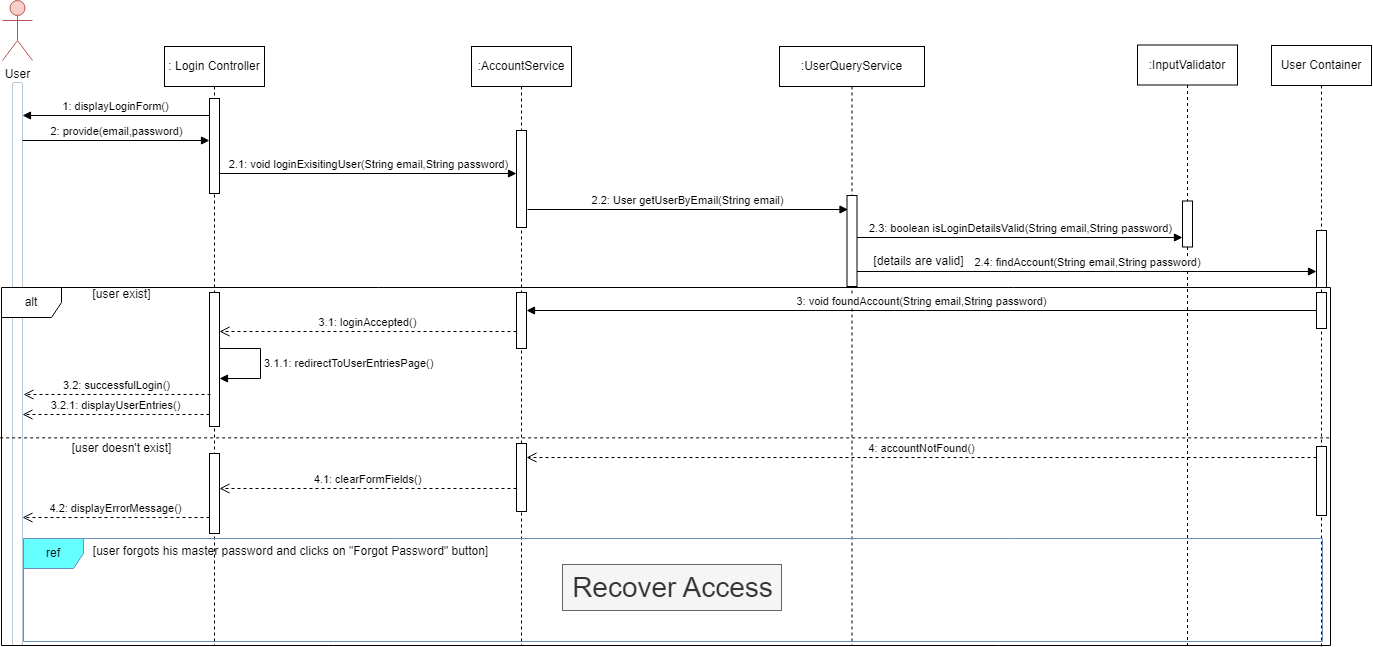
Above: Diagrams/Login.drawio.png in NemesisXVll/SDPGroupRepo (draw.io), before the change. Source tidied: cells renumbered, new cells last; positions are measured from the earlier drawing's top-left corner, leaving out a move shared by most shapes.
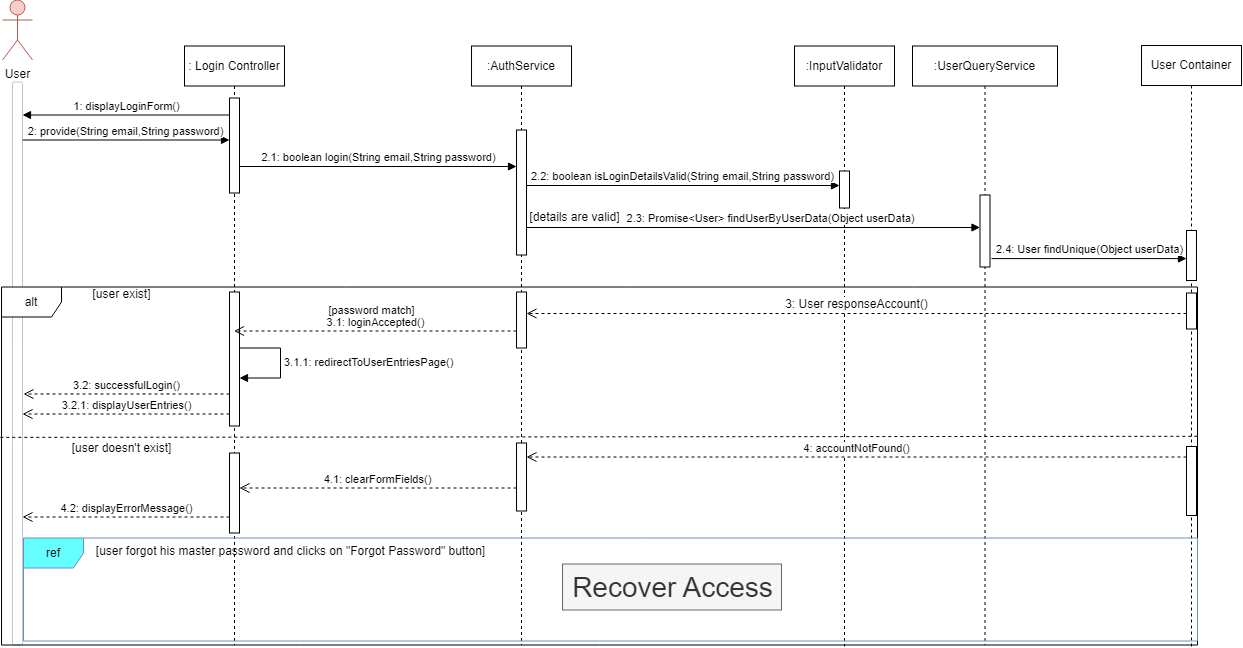
After the change.

What changed in the source:
```diff
@@ -1,15 +1,15 @@
-<mxGraphModel>
+<mxGraphModel background="#ffffff">
   <root>
     <mxCell id="0" />
     <mxCell id="1" parent="0" />
     <mxCell id="2" value="User" style="shape=umlActor;verticalLabelPosition=bottom;verticalAlign=top;html=1;rounded=1;labelBackgroundColor=none;fillColor=#f8cecc;strokeColor=#b85450;" parent="1" vertex="1">
       <mxGeometry x="1" width="30" height="60" as="geometry" />
     </mxCell>
-    <mxCell id="3" style="html=1;perimeter=orthogonalPerimeter;targetShapes=umlLifeline;newEdgeStyle={&quot;edgeStyle&quot;:&quot;elbowEdgeStyle&quot;,&quot;elbow&quot;:&quot;vertical&quot;,&quot;curved&quot;:0,&quot;rounded&quot;:0};rounded=1;labelBackgroundColor=none;fillColor=#FFFFFF;strokeColor=#BAC8D3;fontColor=#182E3E;" parent="1" vertex="1">
-      <mxGeometry x="11" y="82" width="10" height="563" as="geometry" />
-    </mxCell>
+    <mxCell id="43" style="html=1;perimeter=orthogonalPerimeter;targetShapes=umlLifeline;newEdgeStyle={&quot;edgeStyle&quot;:&quot;elbowEdgeStyle&quot;,&quot;elbow&quot;:&quot;vertical&quot;,&quot;curved&quot;:0,&quot;rounded&quot;:0};rounded=1;labelBackgroundColor=none;fillColor=#FFFFFF;strokeColor=#BAC8D3;fontColor=#182E3E;" parent="1" vertex="1">
+      <mxGeometry x="11" y="82" width="10" height="563" as="geometry" />
+    </mxCell>
     <mxCell id="4" value=": Login Controller" style="shape=umlLifeline;perimeter=lifelinePerimeter;whiteSpace=wrap;html=1;outlineConnect=0;portConstraint=eastwest;newEdgeStyle={&quot;curved&quot;:0,&quot;rounded&quot;:0};" parent="1" vertex="1">
-      <mxGeometry x="163" y="46" width="100" height="599" as="geometry" />
+      <mxGeometry x="183" y="46" width="100" height="599" as="geometry" />
     </mxCell>
     <mxCell id="5" style="html=1;points=[[0,0,0,0,5],[0,1,0,0,-5],[1,0,0,0,5],[1,1,0,0,-5]];perimeter=orthogonalPerimeter;outlineConnect=0;targetShapes=umlLifeline;portConstraint=eastwest;newEdgeStyle={&quot;curved&quot;:0,&quot;rounded&quot;:0};" parent="4" vertex="1">
       <mxGeometry x="45" y="52" width="10" height="95" as="geometry" />
@@ -26,143 +26,140 @@
       </mxGeometry>
     </mxCell>
     <mxCell id="8" value=":InputValidator" style="shape=umlLifeline;perimeter=lifelinePerimeter;whiteSpace=wrap;html=1;newEdgeStyle={&quot;curved&quot;:0,&quot;rounded&quot;:0};" parent="1" vertex="1">
-      <mxGeometry x="1136" y="44.5" width="100" height="600.5" as="geometry" />
+      <mxGeometry x="793" y="46" width="100" height="600.5" as="geometry" />
     </mxCell>
-    <mxCell id="9" style="html=1;points=[[0,0,0,0,5],[0,1,0,0,-5],[1,0,0,0,5],[1,1,0,0,-5]];perimeter=orthogonalPerimeter;outlineConnect=0;targetShapes=umlLifeline;portConstraint=eastwest;newEdgeStyle={&quot;curved&quot;:0,&quot;rounded&quot;:0};" parent="8" vertex="1">
-      <mxGeometry x="45" y="156" width="10" height="46" as="geometry" />
-    </mxCell>
+    <mxCell id="44" style="html=1;perimeter=orthogonalPerimeter;targetShapes=umlLifeline;newEdgeStyle={&quot;curved&quot;:0,&quot;rounded&quot;:0};" parent="8" vertex="1">
+      <mxGeometry x="45" y="125" width="10" height="37" as="geometry" />
+    </mxCell>
     <mxCell id="10" value=":UserQueryService" style="shape=umlLifeline;perimeter=lifelinePerimeter;whiteSpace=wrap;html=1;newEdgeStyle={&quot;curved&quot;:0,&quot;rounded&quot;:0};" parent="1" vertex="1">
-      <mxGeometry x="778" y="46" width="145" height="599" as="geometry" />
+      <mxGeometry x="911" y="46" width="145" height="599" as="geometry" />
     </mxCell>
-    <mxCell id="11" style="html=1;perimeter=orthogonalPerimeter;targetShapes=umlLifeline;newEdgeStyle={&quot;curved&quot;:0,&quot;rounded&quot;:0};" parent="10" vertex="1">
-      <mxGeometry x="67.5" y="149" width="10" height="91" as="geometry" />
-    </mxCell>
+    <mxCell id="45" style="html=1;points=[[0,0,0,0,5],[0,1,0,0,-5],[1,0,0,0,5],[1,1,0,0,-5]];perimeter=orthogonalPerimeter;outlineConnect=0;targetShapes=umlLifeline;portConstraint=eastwest;newEdgeStyle={&quot;curved&quot;:0,&quot;rounded&quot;:0};" parent="10" vertex="1">
+      <mxGeometry x="67.5" y="149" width="10" height="72" as="geometry" />
+    </mxCell>
     <mxCell id="12" value="User Container" style="shape=umlLifeline;perimeter=lifelinePerimeter;whiteSpace=wrap;html=1;newEdgeStyle={&quot;curved&quot;:0,&quot;rounded&quot;:0};" parent="1" vertex="1">
-      <mxGeometry x="1270" y="45" width="100" height="601" as="geometry" />
+      <mxGeometry x="1140" y="45.5" width="100" height="601" as="geometry" />
     </mxCell>
-    <mxCell id="13" style="html=1;perimeter=orthogonalPerimeter;targetShapes=umlLifeline;newEdgeStyle={&quot;curved&quot;:0,&quot;rounded&quot;:0};" parent="12" vertex="1">
-      <mxGeometry x="45" y="185" width="10" height="57" as="geometry" />
-    </mxCell>
+    <mxCell id="46" style="html=1;points=[[0,0,0,0,5],[0,1,0,0,-5],[1,0,0,0,5],[1,1,0,0,-5]];perimeter=orthogonalPerimeter;outlineConnect=0;targetShapes=umlLifeline;portConstraint=eastwest;newEdgeStyle={&quot;curved&quot;:0,&quot;rounded&quot;:0};" parent="12" vertex="1">
+      <mxGeometry x="45" y="185" width="10" height="50" as="geometry" />
+    </mxCell>
     <mxCell id="14" style="html=1;points=[[0,0,0,0,5],[0,1,0,0,-5],[1,0,0,0,5],[1,1,0,0,-5]];perimeter=orthogonalPerimeter;outlineConnect=0;targetShapes=umlLifeline;portConstraint=eastwest;newEdgeStyle={&quot;curved&quot;:0,&quot;rounded&quot;:0};" parent="12" vertex="1">
       <mxGeometry x="45" y="401" width="10" height="69" as="geometry" />
     </mxCell>
-    <mxCell id="15" value=":AccountService" style="shape=umlLifeline;perimeter=lifelinePerimeter;whiteSpace=wrap;html=1;newEdgeStyle={&quot;curved&quot;:0,&quot;rounded&quot;:0};" parent="1" vertex="1">
-      <mxGeometry x="470" y="46" width="100" height="599" as="geometry" />
-    </mxCell>
-    <mxCell id="16" style="html=1;points=[[0,0,0,0,5],[0,1,0,0,-5],[1,0,0,0,5],[1,1,0,0,-5]];perimeter=orthogonalPerimeter;outlineConnect=0;targetShapes=umlLifeline;portConstraint=eastwest;newEdgeStyle={&quot;curved&quot;:0,&quot;rounded&quot;:0};" parent="15" vertex="1">
-      <mxGeometry x="45" y="84" width="10" height="97" as="geometry" />
-    </mxCell>
+    <mxCell id="47" style="html=1;points=[[0,0,0,0,5],[0,1,0,0,-5],[1,0,0,0,5],[1,1,0,0,-5]];perimeter=orthogonalPerimeter;outlineConnect=0;targetShapes=umlLifeline;portConstraint=eastwest;newEdgeStyle={&quot;curved&quot;:0,&quot;rounded&quot;:0};" parent="12" vertex="1">
+      <mxGeometry x="45" y="247.5" width="10" height="36" as="geometry" />
+    </mxCell>
+    <mxCell id="48" value=":AuthService" style="shape=umlLifeline;perimeter=lifelinePerimeter;whiteSpace=wrap;html=1;newEdgeStyle={&quot;curved&quot;:0,&quot;rounded&quot;:0};" parent="1" vertex="1">
+      <mxGeometry x="470" y="46" width="100" height="599" as="geometry" />
+    </mxCell>
+    <mxCell id="49" style="html=1;perimeter=orthogonalPerimeter;targetShapes=umlLifeline;newEdgeStyle={&quot;curved&quot;:0,&quot;rounded&quot;:0};" parent="48" vertex="1">
+      <mxGeometry x="45" y="84" width="10" height="125" as="geometry" />
+    </mxCell>
-    <mxCell id="17" value="1: displayLoginForm()" style="html=1;verticalAlign=bottom;endArrow=block;curved=0;rounded=0;" parent="1" edge="1">
+    <mxCell id="17" value="1: displayLoginForm()" style="html=1;verticalAlign=bottom;endArrow=block;curved=0;rounded=0;" parent="1" edge="1" source="5">
       <mxGeometry relative="1" as="geometry">
-        <mxPoint x="208" y="115" as="sourcePoint" />
         <mxPoint x="21" y="115" as="targetPoint" />
       </mxGeometry>
     </mxCell>
-    <mxCell id="18" value="2: provide(email,password)" style="html=1;verticalAlign=bottom;endArrow=block;curved=0;rounded=0;" parent="1" edge="1">
-      <mxGeometry relative="1" as="geometry">
-        <mxPoint x="21" y="140" as="sourcePoint" />
-        <mxPoint x="208" y="140" as="targetPoint" />
-      </mxGeometry>
-    </mxCell>
-    <mxCell id="19" value="2.1: void loginExisitingUser(String email,String password)" style="html=1;verticalAlign=bottom;endArrow=block;curved=0;rounded=0;" parent="1" edge="1" target="16">
-      <mxGeometry relative="1" as="geometry">
-        <mxPoint x="218" y="173" as="sourcePoint" />
-      </mxGeometry>
-    </mxCell>
-    <mxCell id="20" value="2.2: User getUserByEmail(String email)" style="html=1;verticalAlign=bottom;endArrow=block;curved=0;rounded=0;exitX=1;exitY=1;exitDx=0;exitDy=-5;exitPerimeter=0;" parent="1" edge="1">
-      <mxGeometry relative="1" as="geometry">
-        <mxPoint x="526" y="209" as="sourcePoint" />
-        <mxPoint x="846.5" y="209" as="targetPoint" />
-      </mxGeometry>
-    </mxCell>
-    <mxCell id="21" value="2.3: boolean isLoginDetailsValid(String email,String password)" style="html=1;verticalAlign=bottom;endArrow=block;curved=0;rounded=0;" parent="1" edge="1" target="9">
-      <mxGeometry relative="1" as="geometry">
-        <mxPoint x="855.5" y="237" as="sourcePoint" />
-      </mxGeometry>
-    </mxCell>
-    <mxCell id="22" style="group;" parent="1" vertex="1">
-      <mxGeometry x="855.5" y="244" width="459.5" height="27" as="geometry" />
-    </mxCell>
-    <mxCell id="23" value="2.4: findAccount(String email,String password)" style="html=1;verticalAlign=bottom;endArrow=block;curved=0;rounded=0;" parent="22" edge="1">
-      <mxGeometry relative="1" as="geometry">
-        <mxPoint y="27" as="sourcePoint" />
-        <mxPoint x="459.5" y="27" as="targetPoint" />
-      </mxGeometry>
-    </mxCell>
-    <mxCell id="24" value="[details are valid]" style="text;html=1;align=center;verticalAlign=middle;strokeColor=none;fillColor=none;" parent="22" vertex="1">
-      <mxGeometry x="7.5" y="4" width="108" height="26" as="geometry" />
-    </mxCell>
+    <mxCell id="50" value="2: provide(String email,String password)" style="html=1;verticalAlign=bottom;endArrow=block;curved=0;rounded=0;" parent="1" edge="1" target="5">
+      <mxGeometry relative="1" as="geometry">
+        <mxPoint x="21" y="140" as="sourcePoint" />
+      </mxGeometry>
+    </mxCell>
+    <mxCell id="51" value="2.1: boolean login(String email,String password)" style="html=1;verticalAlign=bottom;endArrow=block;curved=0;rounded=0;" parent="1" edge="1">
+      <mxGeometry relative="1" as="geometry">
+        <mxPoint x="238" y="166.5" as="sourcePoint" />
+        <mxPoint x="515" y="166.5" as="targetPoint" />
+      </mxGeometry>
+    </mxCell>
+    <mxCell id="52" value="2.3: Promise&amp;lt;User&amp;gt; findUserByUserData(Object userData)" style="html=1;verticalAlign=bottom;endArrow=block;curved=0;rounded=0;" parent="1" edge="1" target="45">
+      <mxGeometry x="0.08" relative="1" as="geometry">
+        <mxPoint x="525" y="227.5" as="sourcePoint" />
+      </mxGeometry>
+    </mxCell>
+    <mxCell id="53" value="2.2: boolean isLoginDetailsValid(String email,String password)" style="html=1;verticalAlign=bottom;endArrow=block;curved=0;rounded=0;" parent="1" edge="1">
+      <mxGeometry relative="1" as="geometry">
+        <mxPoint x="525" y="185.5" as="sourcePoint" />
+        <mxPoint x="838" y="185.5" as="targetPoint" />
+      </mxGeometry>
+    </mxCell>
+    <mxCell id="54" style="group;" parent="1" vertex="1">
+      <mxGeometry x="557" y="245.5" width="487.5" height="27" as="geometry" />
+    </mxCell>
     <mxCell id="25" value="alt" style="shape=umlFrame;whiteSpace=wrap;html=1;" parent="1" vertex="1">
-      <mxGeometry y="287" width="1329" height="358" as="geometry" />
+      <mxGeometry y="287" width="1196" height="358" as="geometry" />
     </mxCell>
     <mxCell id="26" value="[user exist]" style="text;html=1;align=center;verticalAlign=middle;strokeColor=none;fillColor=none;" parent="1" vertex="1">
       <mxGeometry x="82" y="281" width="76" height="26" as="geometry" />
     </mxCell>
-    <mxCell id="27" style="html=1;points=[[0,0,0,0,5],[0,1,0,0,-5],[1,0,0,0,5],[1,1,0,0,-5]];perimeter=orthogonalPerimeter;outlineConnect=0;targetShapes=umlLifeline;portConstraint=eastwest;newEdgeStyle={&quot;curved&quot;:0,&quot;rounded&quot;:0};" parent="1" vertex="1">
-      <mxGeometry x="515" y="292" width="10" height="56" as="geometry" />
-    </mxCell>
-    <mxCell id="28" style="html=1;points=[[0,0,0,0,5],[0,1,0,0,-5],[1,0,0,0,5],[1,1,0,0,-5]];perimeter=orthogonalPerimeter;outlineConnect=0;targetShapes=umlLifeline;portConstraint=eastwest;newEdgeStyle={&quot;curved&quot;:0,&quot;rounded&quot;:0};" parent="1" vertex="1">
-      <mxGeometry x="1315" y="292" width="10" height="36" as="geometry" />
-    </mxCell>
-    <mxCell id="29" value="3: void foundAccount(String email,String password)" style="html=1;verticalAlign=bottom;endArrow=block;curved=0;rounded=0;" parent="1" edge="1" source="28" target="27">
-      <mxGeometry relative="1" as="geometry" />
-    </mxCell>
+    <mxCell id="55" style="html=1;perimeter=orthogonalPerimeter;targetShapes=umlLifeline;newEdgeStyle={&quot;curved&quot;:0,&quot;rounded&quot;:0};" parent="1" vertex="1">
+      <mxGeometry x="515" y="292" width="10" height="56" as="geometry" />
+    </mxCell>
-    <mxCell id="30" value="3.1: loginAccepted()" style="html=1;verticalAlign=bottom;endArrow=open;dashed=1;endSize=8;curved=0;rounded=0;" parent="1" edge="1">
+    <mxCell id="30" value="3.1: loginAccepted()" style="html=1;verticalAlign=bottom;endArrow=open;dashed=1;endSize=8;curved=0;rounded=0;" parent="1" edge="1" target="4">
       <mxGeometry relative="1" as="geometry">
         <mxPoint x="515" y="331" as="sourcePoint" />
-        <mxPoint x="218" y="331" as="targetPoint" />
       </mxGeometry>
     </mxCell>
-    <mxCell id="31" value="3.2: successfulLogin()" style="html=1;verticalAlign=bottom;endArrow=open;dashed=1;endSize=8;curved=0;rounded=0;" parent="1" edge="1">
+    <mxCell id="31" value="3.2: successfulLogin()" style="html=1;verticalAlign=bottom;endArrow=open;dashed=1;endSize=8;curved=0;rounded=0;" parent="1" edge="1" source="6">
       <mxGeometry relative="1" as="geometry">
-        <mxPoint x="209" y="394" as="sourcePoint" />
         <mxPoint x="22" y="394" as="targetPoint" />
       </mxGeometry>
     </mxCell>
     <mxCell id="32" value="[user doesn't exist]" style="text;html=1;align=center;verticalAlign=middle;strokeColor=none;fillColor=none;" parent="1" vertex="1">
       <mxGeometry x="61" y="435" width="118" height="26" as="geometry" />
     </mxCell>
-    <mxCell id="33" style="html=1;perimeter=orthogonalPerimeter;targetShapes=umlLifeline;newEdgeStyle={&quot;curved&quot;:0,&quot;rounded&quot;:0};" parent="1" vertex="1">
-      <mxGeometry x="515" y="443" width="10" height="68" as="geometry" />
-    </mxCell>
+    <mxCell id="56" style="html=1;perimeter=orthogonalPerimeter;targetShapes=umlLifeline;newEdgeStyle={&quot;curved&quot;:0,&quot;rounded&quot;:0};" parent="1" vertex="1">
+      <mxGeometry x="515" y="443" width="10" height="68" as="geometry" />
+    </mxCell>
-    <mxCell id="34" value="4: accountNotFound()" style="html=1;verticalAlign=bottom;endArrow=open;dashed=1;endSize=8;curved=0;rounded=0;" parent="1" edge="1">
+    <mxCell id="34" value="4: accountNotFound()" style="html=1;verticalAlign=bottom;endArrow=open;dashed=1;endSize=8;curved=0;rounded=0;" parent="1" edge="1" source="14">
       <mxGeometry relative="1" as="geometry">
-        <mxPoint x="1315" y="457" as="sourcePoint" />
         <mxPoint x="525" y="457" as="targetPoint" />
       </mxGeometry>
     </mxCell>
-    <mxCell id="35" style="html=1;perimeter=orthogonalPerimeter;targetShapes=umlLifeline;newEdgeStyle={&quot;curved&quot;:0,&quot;rounded&quot;:0};" parent="1" vertex="1">
-      <mxGeometry x="208" y="453" width="10" height="80" as="geometry" />
-    </mxCell>
+    <mxCell id="57" style="html=1;points=[[0,0,0,0,5],[0,1,0,0,-5],[1,0,0,0,5],[1,1,0,0,-5]];perimeter=orthogonalPerimeter;outlineConnect=0;targetShapes=umlLifeline;portConstraint=eastwest;newEdgeStyle={&quot;curved&quot;:0,&quot;rounded&quot;:0};" parent="1" vertex="1">
+      <mxGeometry x="228" y="453" width="10" height="80" as="geometry" />
+    </mxCell>
-    <mxCell id="36" value="4.1: clearFormFields()" style="html=1;verticalAlign=bottom;endArrow=open;dashed=1;endSize=8;curved=0;rounded=0;" parent="1" edge="1">
+    <mxCell id="36" value="4.1: clearFormFields()" style="html=1;verticalAlign=bottom;endArrow=open;dashed=1;endSize=8;curved=0;rounded=0;" parent="1" edge="1" target="57">
       <mxGeometry relative="1" as="geometry">
         <mxPoint x="515" y="488" as="sourcePoint" />
-        <mxPoint x="218" y="488" as="targetPoint" />
       </mxGeometry>
     </mxCell>
-    <mxCell id="37" value="4.2: displayErrorMessage()" style="html=1;verticalAlign=bottom;endArrow=open;dashed=1;endSize=8;curved=0;rounded=0;" parent="1" edge="1">
+    <mxCell id="37" value="4.2: displayErrorMessage()" style="html=1;verticalAlign=bottom;endArrow=open;dashed=1;endSize=8;curved=0;rounded=0;" parent="1" edge="1" source="57">
       <mxGeometry relative="1" as="geometry">
-        <mxPoint x="208" y="517" as="sourcePoint" />
         <mxPoint x="21" y="517" as="targetPoint" />
       </mxGeometry>
     </mxCell>
     <mxCell id="38" value="ref" style="shape=umlFrame;whiteSpace=wrap;html=1;fillColor=#66FFFF;strokeColor=#6c8ebf;" parent="1" vertex="1">
-      <mxGeometry x="22" y="538" width="1299" height="103" as="geometry" />
+      <mxGeometry x="22" y="538" width="1174" height="103" as="geometry" />
     </mxCell>
     <mxCell id="39" value="&lt;font style=&quot;font-size: 28px;&quot;&gt;Recover Access&lt;/font&gt;" style="text;html=1;align=center;verticalAlign=middle;strokeColor=#666666;fillColor=#f5f5f5;fontColor=#333333;" parent="1" vertex="1">
       <mxGeometry x="561" y="564" width="219" height="46" as="geometry" />
     </mxCell>
-    <mxCell id="40" value="[user forgots his master password and clicks on &quot;Forgot Password&quot; button]" style="text;html=1;align=center;verticalAlign=middle;strokeColor=none;fillColor=none;" parent="1" vertex="1">
-      <mxGeometry x="82" y="538" width="413" height="26" as="geometry" />
-    </mxCell>
+    <mxCell id="58" value="[user forgot his master password and clicks on &quot;Forgot Password&quot; button]" style="text;html=1;align=center;verticalAlign=middle;strokeColor=none;fillColor=none;" parent="1" vertex="1">
+      <mxGeometry x="85" y="538" width="407" height="26" as="geometry" />
+    </mxCell>
-    <mxCell id="41" value="3.2.1: displayUserEntries()" style="html=1;verticalAlign=bottom;endArrow=open;dashed=1;endSize=8;curved=0;rounded=0;" parent="1" edge="1">
+    <mxCell id="41" value="3.2.1: displayUserEntries()" style="html=1;verticalAlign=bottom;endArrow=open;dashed=1;endSize=8;curved=0;rounded=0;" parent="1" edge="1" source="6">
       <mxGeometry relative="1" as="geometry">
-        <mxPoint x="208" y="414" as="sourcePoint" />
         <mxPoint x="21" y="414" as="targetPoint" />
       </mxGeometry>
     </mxCell>
-    <mxCell id="42" style="endArrow=none;dashed=1;html=1;rounded=0;exitX=-0.001;exitY=0.42;exitDx=0;exitDy=0;exitPerimeter=0;entryX=1.001;entryY=0.42;entryDx=0;entryDy=0;entryPerimeter=0;" parent="1" edge="1" source="25" target="25">
+    <mxCell id="42" style="endArrow=none;dashed=1;html=1;rounded=0;exitX=-0.001;exitY=0.42;exitDx=0;exitDy=0;exitPerimeter=0;entryX=1;entryY=0.417;entryDx=0;entryDy=0;entryPerimeter=0;" parent="1" edge="1" source="25" target="25">
       <mxGeometry relative="1" as="geometry" />
     </mxCell>
+    <mxCell id="24" value="[details are valid]" style="text;html=1;align=center;verticalAlign=middle;strokeColor=none;fillColor=none;" parent="1" vertex="1">
+      <mxGeometry x="519" y="204.5" width="108" height="26" as="geometry" />
+    </mxCell>
+    <mxCell id="59" value="2.4: User findUnique(Object userData)" style="html=1;verticalAlign=bottom;endArrow=block;curved=0;rounded=0;" parent="1" edge="1" target="46">
+      <mxGeometry relative="1" as="geometry">
+        <mxPoint x="990" y="258.6" as="sourcePoint" />
+      </mxGeometry>
+    </mxCell>
+    <mxCell id="60" value="3: User responseAccount()" style="html=1;verticalAlign=bottom;endArrow=open;dashed=1;endSize=8;curved=0;rounded=0;fontSize=12;" parent="1" edge="1" source="47">
+      <mxGeometry relative="1" as="geometry">
+        <mxPoint x="525" y="313.5" as="targetPoint" />
+      </mxGeometry>
+    </mxCell>
+    <mxCell id="61" value="[password match]" style="text;html=1;align=center;verticalAlign=middle;strokeColor=none;fillColor=none;fontSize=11;" parent="1" vertex="1">
+      <mxGeometry x="318" y="297.5" width="104" height="25" as="geometry" />
+    </mxCell>
   </root>
 </mxGraphModel>
```
